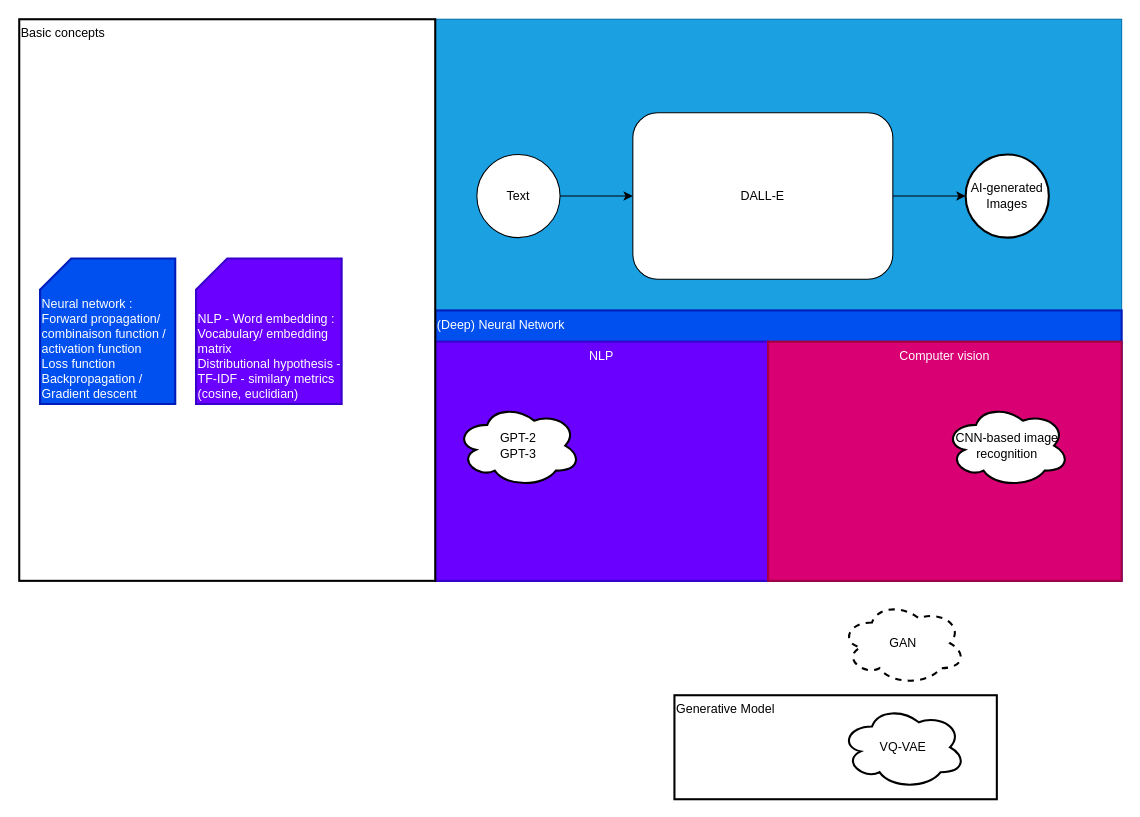
cthiounn/dall-e-note keeps this draw.io diagram as dall-e.drawio. Above is the earlier version. Source tidied: cells renumbered, new cells numbered last; positions are measured from the earlier drawing's top-left corner, leaving out a move shared by most shapes. Both pictures are drawn from the tidied source at 104%, with x=0, y=0 at pixel (19, 19).
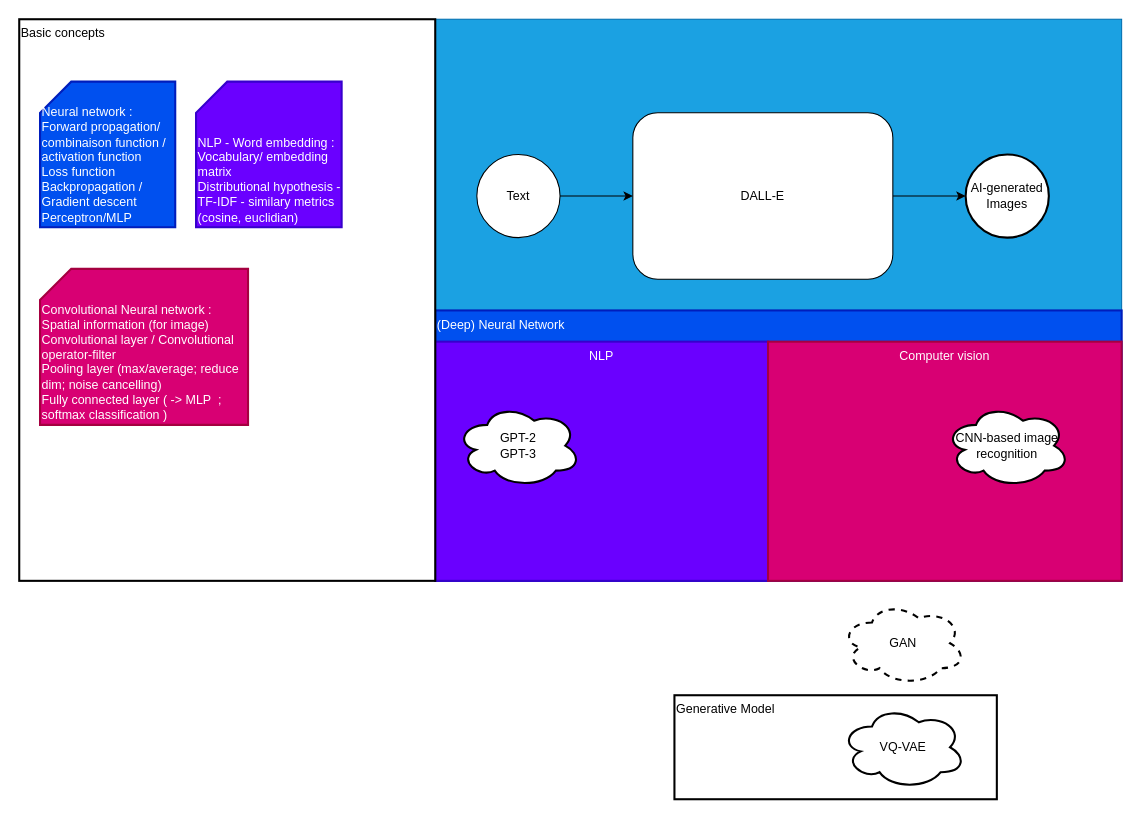
The same diagram, later.

Commit message:
ressources CNN

Diff of the diagram source:
```diff
@@
-    <mxCell id="18" value="&lt;span&gt;Neural network :&lt;/span&gt;&lt;br&gt;&lt;span&gt;Forward propagation/ combinaison function / activation function&lt;/span&gt;&lt;br&gt;&lt;span&gt;Loss function&lt;/span&gt;&lt;br&gt;&lt;span&gt;Backpropagation / Gradient descent&lt;/span&gt;" style="shape=card;whiteSpace=wrap;html=1;strokeWidth=2;align=left;verticalAlign=bottom;fillColor=#0050ef;strokeColor=#001DBC;fontColor=#ffffff;" parent="1" vertex="1">
-      <mxGeometry x="20" y="230" width="130" height="140" as="geometry" />
+    <mxCell id="18" value="&lt;span&gt;Neural network :&lt;/span&gt;&lt;br&gt;&lt;span&gt;Forward propagation/ combinaison function / activation function&lt;/span&gt;&lt;br&gt;&lt;span&gt;Loss function&lt;/span&gt;&lt;br&gt;&lt;span&gt;Backpropagation / Gradient descent&lt;br&gt;Perceptron/MLP&lt;br&gt;&lt;/span&gt;" style="shape=card;whiteSpace=wrap;html=1;strokeWidth=2;align=left;verticalAlign=bottom;fillColor=#0050ef;strokeColor=#001DBC;fontColor=#ffffff;" parent="1" vertex="1">
+      <mxGeometry x="20" y="60" width="130" height="140" as="geometry" />
     </mxCell>
     <mxCell id="19" value="NLP - Word embedding :&lt;br&gt;Vocabulary/ embedding matrix&lt;br&gt;Distributional hypothesis - TF-IDF - similary metrics (cosine, euclidian)" style="shape=card;whiteSpace=wrap;html=1;strokeWidth=2;align=left;verticalAlign=bottom;fillColor=#6a00ff;strokeColor=#3700CC;fontColor=#ffffff;" parent="1" vertex="1">
-      <mxGeometry x="170" y="230" width="140" height="140" as="geometry" />
+      <mxGeometry x="170" y="60" width="140" height="140" as="geometry" />
     </mxCell>
+    <mxCell id="20" value="&lt;span&gt;Convolutional Neural network :&lt;br&gt;&lt;/span&gt;Spatial information (for image)&lt;br&gt;Convolutional layer / Convolutional operator-filter&lt;br&gt;Pooling layer (max/average; reduce dim; noise cancelling)&lt;br&gt;Fully connected layer ( -&amp;gt; MLP&amp;nbsp; ; softmax classification )" style="shape=card;whiteSpace=wrap;html=1;strokeWidth=2;align=left;verticalAlign=bottom;fillColor=#d80073;strokeColor=#A50040;fontColor=#ffffff;" parent="1" vertex="1">
+      <mxGeometry x="20" y="240" width="200" height="150" as="geometry" />
+    </mxCell>
```
